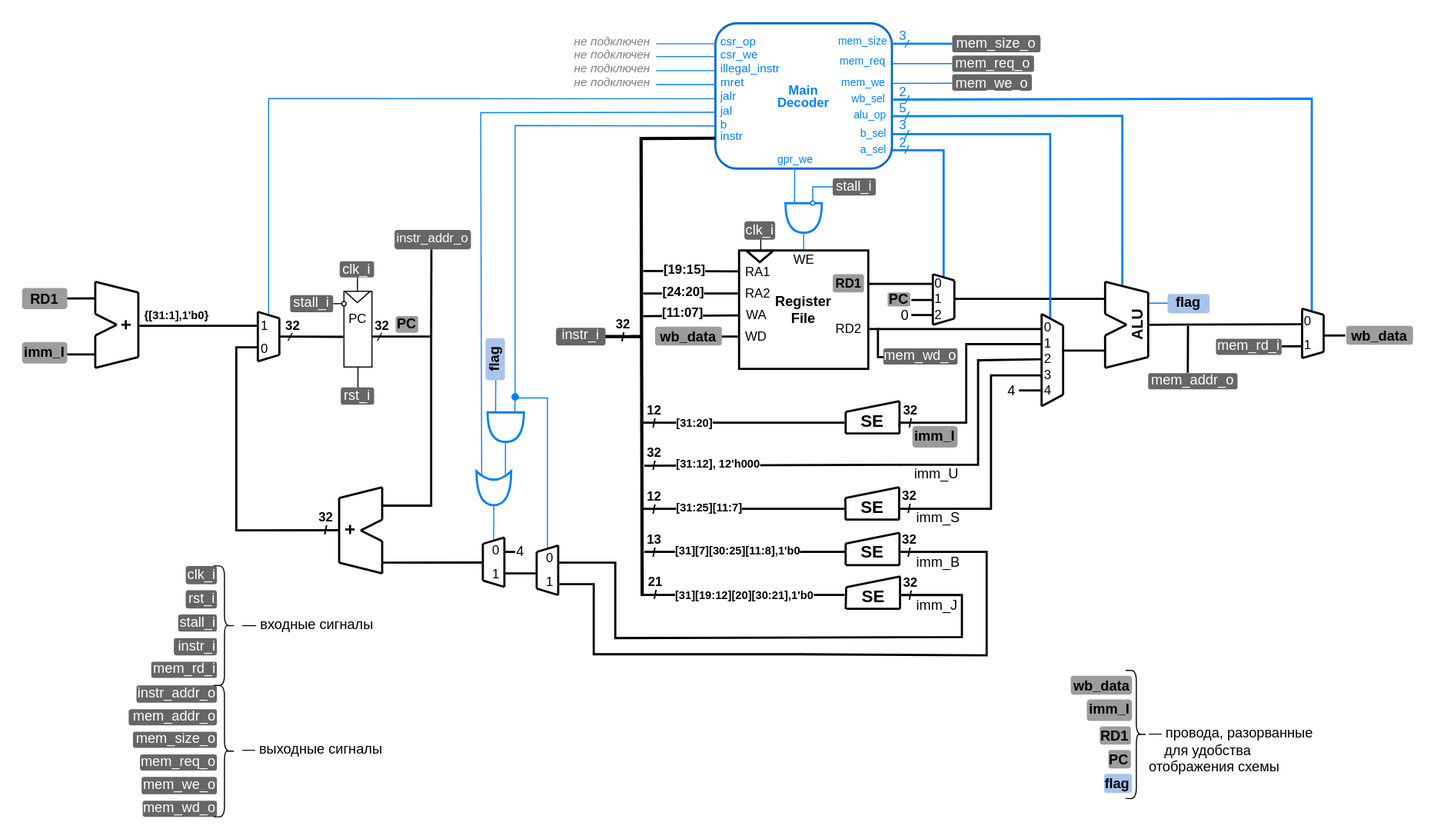
Earlier version of the draw.io export .pic/Labs/lab_07_dp/fig_01.drawio.svg (MPSU/APS). Source tidied: cells renumbered, new cells last; positions are measured from the earlier drawing's top-left corner, leaving out a move shared by most shapes.
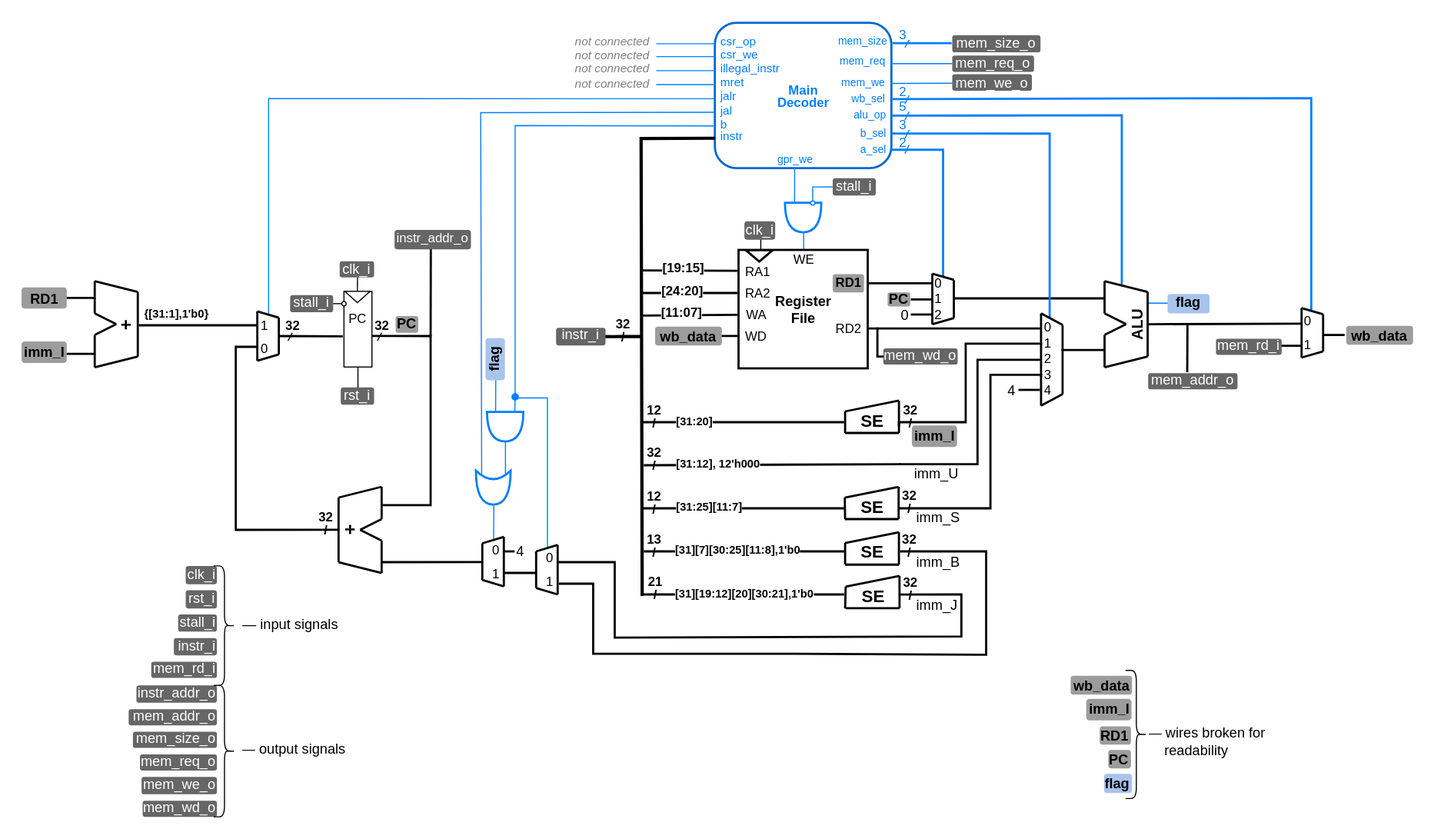
The same diagram one commit later.

The edit, as a diff of the source:
```diff
@@ -1002,8 +1002,8 @@
         <mxPoint x="644" y="57" as="targetPoint" />
       </mxGeometry>
     </mxCell>
-    <mxCell id="200" value="&lt;font color=&quot;#808080&quot;&gt;&lt;span style=&quot;font-size: 11px;&quot;&gt;&lt;i&gt;не подключен&lt;/i&gt;&lt;/span&gt;&lt;/font&gt;" style="text;html=1;align=center;verticalAlign=middle;strokeColor=none;fillColor=none;" parent="1" vertex="1">
-      <mxGeometry x="503" y="41.5" width="90" height="27" as="geometry" />
+    <mxCell id="200" value="&lt;i style=&quot;color: rgb(128, 128, 128); font-size: 11px;&quot;&gt;not connected&lt;/i&gt;" style="text;html=1;align=center;verticalAlign=middle;strokeColor=none;fillColor=none;" parent="1" vertex="1">
+      <mxGeometry x="504" y="41.5" width="88" height="28" as="geometry" />
     </mxCell>
     <mxCell id="201" style="endArrow=none;html=1;rounded=0;comic=0;strokeColor=#000000;fontSize=9;fontColor=#000000;startSize=6;endSize=6;jiggle=0.5;strokeWidth=2;" parent="1" edge="1">
       <mxGeometry relative="1" as="geometry">
@@ -1049,13 +1049,13 @@
     <mxCell id="210" style="shape=curlyBracket;whiteSpace=wrap;html=1;rounded=1;flipH=1;labelPosition=right;verticalLabelPosition=middle;align=left;verticalAlign=middle;spacingRight=1;" parent="1" vertex="1">
       <mxGeometry x="178" y="504" width="20" height="111" as="geometry" />
     </mxCell>
-    <mxCell id="211" value="&lt;span style=&quot;color: rgb(0, 0, 0); font-family: Helvetica; font-size: 13px; font-style: normal; font-variant-ligatures: normal; font-variant-caps: normal; font-weight: 400; letter-spacing: normal; orphans: 2; text-align: center; text-indent: 0px; text-transform: none; widows: 2; word-spacing: 0px; -webkit-text-stroke-width: 0px; text-decoration-thickness: initial; text-decoration-style: initial; text-decoration-color: initial; float: none; display: inline !important;&quot;&gt;— входные сигналы&lt;/span&gt;" style="text;whiteSpace=wrap;html=1;labelBackgroundColor=none;" parent="1" vertex="1">
+    <mxCell id="211" value="&lt;span style=&quot;color: rgb(0, 0, 0); font-family: Helvetica; font-size: 13px; font-style: normal; font-variant-ligatures: normal; font-variant-caps: normal; font-weight: 400; letter-spacing: normal; orphans: 2; text-align: center; text-indent: 0px; text-transform: none; widows: 2; word-spacing: 0px; -webkit-text-stroke-width: 0px; text-decoration-thickness: initial; text-decoration-style: initial; text-decoration-color: initial; float: none; display: inline !important;&quot;&gt;— input signals&lt;/span&gt;" style="text;whiteSpace=wrap;html=1;labelBackgroundColor=none;" parent="1" vertex="1">
       <mxGeometry x="203" y="544" width="133" height="29" as="geometry" />
     </mxCell>
     <mxCell id="212" style="shape=curlyBracket;whiteSpace=wrap;html=1;rounded=1;flipH=1;labelPosition=right;verticalLabelPosition=middle;align=left;verticalAlign=middle;spacingRight=1;" parent="1" vertex="1">
       <mxGeometry x="178" y="615" width="20" height="122" as="geometry" />
     </mxCell>
-    <mxCell id="213" value="—&lt;span style=&quot;color: rgb(0, 0, 0); font-family: Helvetica; font-size: 13px; font-style: normal; font-variant-ligatures: normal; font-variant-caps: normal; font-weight: 400; letter-spacing: normal; orphans: 2; text-align: center; text-indent: 0px; text-transform: none; widows: 2; word-spacing: 0px; -webkit-text-stroke-width: 0px; text-decoration-thickness: initial; text-decoration-style: initial; text-decoration-color: initial; float: none; display: inline !important;&quot;&gt; выходные сигналы&lt;/span&gt;" style="text;whiteSpace=wrap;html=1;labelBackgroundColor=none;" parent="1" vertex="1">
+    <mxCell id="213" value="—&lt;span style=&quot;color: rgb(0, 0, 0); font-family: Helvetica; font-size: 13px; font-style: normal; font-variant-ligatures: normal; font-variant-caps: normal; font-weight: 400; letter-spacing: normal; orphans: 2; text-align: center; text-indent: 0px; text-transform: none; widows: 2; word-spacing: 0px; -webkit-text-stroke-width: 0px; text-decoration-thickness: initial; text-decoration-style: initial; text-decoration-color: initial; float: none; display: inline !important;&quot;&gt; output signals&lt;/span&gt;" style="text;whiteSpace=wrap;html=1;labelBackgroundColor=none;" parent="1" vertex="1">
       <mxGeometry x="203" y="660" width="133" height="29" as="geometry" />
     </mxCell>
     <mxCell id="214" value="&lt;font style=&quot;font-size: 13px;&quot;&gt;mem_req_o&lt;/font&gt;" style="text;html=1;strokeColor=none;fillColor=#666666;align=right;verticalAlign=middle;whiteSpace=wrap;rounded=1;comic=0;fontColor=#FFFFFF;jiggle=0.5;spacing=0;spacingBottom=3;fontSize=13;fontStyle=0;spacingRight=1;" parent="1" vertex="1">
@@ -1073,7 +1073,7 @@
     <mxCell id="218" style="shape=curlyBracket;whiteSpace=wrap;html=1;rounded=1;flipH=1;labelPosition=right;verticalLabelPosition=middle;align=left;verticalAlign=middle;" parent="1" vertex="1">
       <mxGeometry x="1025" y="601" width="20" height="119" as="geometry" />
     </mxCell>
-    <mxCell id="219" value="—&lt;span style=&quot;color: rgb(0, 0, 0); font-family: Helvetica; font-size: 13px; font-style: normal; font-variant-ligatures: normal; font-variant-caps: normal; font-weight: 400; letter-spacing: normal; orphans: 2; text-align: center; text-indent: 0px; text-transform: none; widows: 2; word-spacing: 0px; -webkit-text-stroke-width: 0px; text-decoration-thickness: initial; text-decoration-style: initial; text-decoration-color: initial; float: none; display: inline !important;&quot;&gt; провода, разорванные&amp;nbsp; &amp;nbsp; &amp;nbsp; &amp;nbsp; для удобства&amp;nbsp; &amp;nbsp; &amp;nbsp; &amp;nbsp; &amp;nbsp; &amp;nbsp; &amp;nbsp; &amp;nbsp; &amp;nbsp; &amp;nbsp; отображения схемы&lt;/span&gt;" style="text;whiteSpace=wrap;html=1;labelBackgroundColor=none;" parent="1" vertex="1">
+    <mxCell id="219" value="—&lt;span style=&quot;color: rgb(0, 0, 0); font-family: Helvetica; font-size: 13px; font-style: normal; font-variant-ligatures: normal; font-variant-caps: normal; font-weight: 400; letter-spacing: normal; orphans: 2; text-align: center; text-indent: 0px; text-transform: none; widows: 2; word-spacing: 0px; -webkit-text-stroke-width: 0px; text-decoration-thickness: initial; text-decoration-style: initial; text-decoration-color: initial; float: none; display: inline !important;&quot;&gt; wires broken for&amp;nbsp; &amp;nbsp; &amp;nbsp; &amp;nbsp; &amp;nbsp; &amp;nbsp; &amp;nbsp; &amp;nbsp; &amp;nbsp; &amp;nbsp; readability&lt;/span&gt;" style="text;whiteSpace=wrap;html=1;labelBackgroundColor=none;" parent="1" vertex="1">
       <mxGeometry x="1045" y="645" width="166" height="74" as="geometry" />
     </mxCell>
     <mxCell id="220" value="&lt;font style=&quot;font-size: 13px;&quot;&gt;PC&lt;/font&gt;" style="text;html=1;strokeColor=none;fillColor=#9C9C9C;align=right;verticalAlign=middle;whiteSpace=wrap;rounded=1;fontSize=13;fontColor=#000000;comic=0;jiggle=0.5;fontStyle=1;" parent="1" vertex="1">
@@ -1209,8 +1209,8 @@
         <mxPoint x="644" y="44" as="targetPoint" />
       </mxGeometry>
     </mxCell>
-    <mxCell id="255" value="&lt;font color=&quot;#808080&quot;&gt;&lt;span style=&quot;font-size: 11px;&quot;&gt;&lt;i&gt;не подключен&lt;/i&gt;&lt;/span&gt;&lt;/font&gt;" style="text;html=1;align=center;verticalAlign=middle;strokeColor=none;fillColor=none;" parent="1" vertex="1">
-      <mxGeometry x="503" y="28.5" width="90" height="27" as="geometry" />
+    <mxCell id="255" value="&lt;i style=&quot;color: rgb(128, 128, 128); font-size: 11px;&quot;&gt;not connected&lt;/i&gt;" style="text;html=1;align=center;verticalAlign=middle;strokeColor=none;fillColor=none;" parent="1" vertex="1">
+      <mxGeometry x="504" y="28.5" width="88" height="28" as="geometry" />
     </mxCell>
     <mxCell id="256" style="endArrow=none;html=1;rounded=0;comic=0;strokeColor=#007FFF;fontSize=16;fontColor=#000000;startSize=6;endSize=6;jiggle=0.5;entryX=0;entryY=0.5;entryDx=0;entryDy=0;endFill=0;startArrow=none;startFill=0;" parent="1" edge="1">
       <mxGeometry relative="1" as="geometry">
@@ -1218,8 +1218,8 @@
         <mxPoint x="644" y="31" as="targetPoint" />
       </mxGeometry>
     </mxCell>
-    <mxCell id="257" value="&lt;font color=&quot;#808080&quot;&gt;&lt;span style=&quot;font-size: 11px;&quot;&gt;&lt;i&gt;не подключен&lt;/i&gt;&lt;/span&gt;&lt;/font&gt;" style="text;html=1;align=center;verticalAlign=middle;strokeColor=none;fillColor=none;" parent="1" vertex="1">
-      <mxGeometry x="503" y="15.5" width="90" height="27" as="geometry" />
+    <mxCell id="257" value="&lt;i style=&quot;color: rgb(128, 128, 128); font-size: 11px;&quot;&gt;not connected&lt;/i&gt;" style="text;html=1;align=center;verticalAlign=middle;strokeColor=none;fillColor=none;" parent="1" vertex="1">
+      <mxGeometry x="504" y="15.5" width="88" height="28" as="geometry" />
     </mxCell>
     <mxCell id="258" style="endArrow=none;html=1;rounded=0;comic=0;strokeColor=#007FFF;fontSize=16;fontColor=#000000;startSize=6;endSize=6;jiggle=0.5;entryX=0;entryY=0.5;entryDx=0;entryDy=0;endFill=0;startArrow=none;startFill=0;" parent="1" edge="1">
       <mxGeometry relative="1" as="geometry">
@@ -1227,8 +1227,8 @@
         <mxPoint x="644" y="19" as="targetPoint" />
       </mxGeometry>
     </mxCell>
-    <mxCell id="259" value="&lt;font color=&quot;#808080&quot;&gt;&lt;span style=&quot;font-size: 11px;&quot;&gt;&lt;i&gt;не подключен&lt;/i&gt;&lt;/span&gt;&lt;/font&gt;" style="text;html=1;align=center;verticalAlign=middle;strokeColor=none;fillColor=none;" parent="1" vertex="1">
-      <mxGeometry x="503" y="3.5" width="90" height="27" as="geometry" />
+    <mxCell id="259" value="&lt;font color=&quot;#808080&quot;&gt;&lt;span style=&quot;font-size: 11px;&quot;&gt;&lt;i&gt;not connected&lt;/i&gt;&lt;/span&gt;&lt;/font&gt;" style="text;html=1;align=center;verticalAlign=middle;strokeColor=none;fillColor=none;" parent="1" vertex="1">
+      <mxGeometry x="504" y="3.5" width="88" height="28" as="geometry" />
     </mxCell>
     <mxCell id="260" value="&lt;font style=&quot;font-size: 11px;&quot;&gt;&amp;nbsp;mret&lt;/font&gt;" style="text;html=1;strokeColor=none;fillColor=none;align=left;verticalAlign=middle;whiteSpace=wrap;rounded=0;fontSize=9;fontColor=#007FFF;comic=0;jiggle=0.5;" parent="1" vertex="1">
       <mxGeometry x="644" y="50" width="61" height="10" as="geometry" />
```
